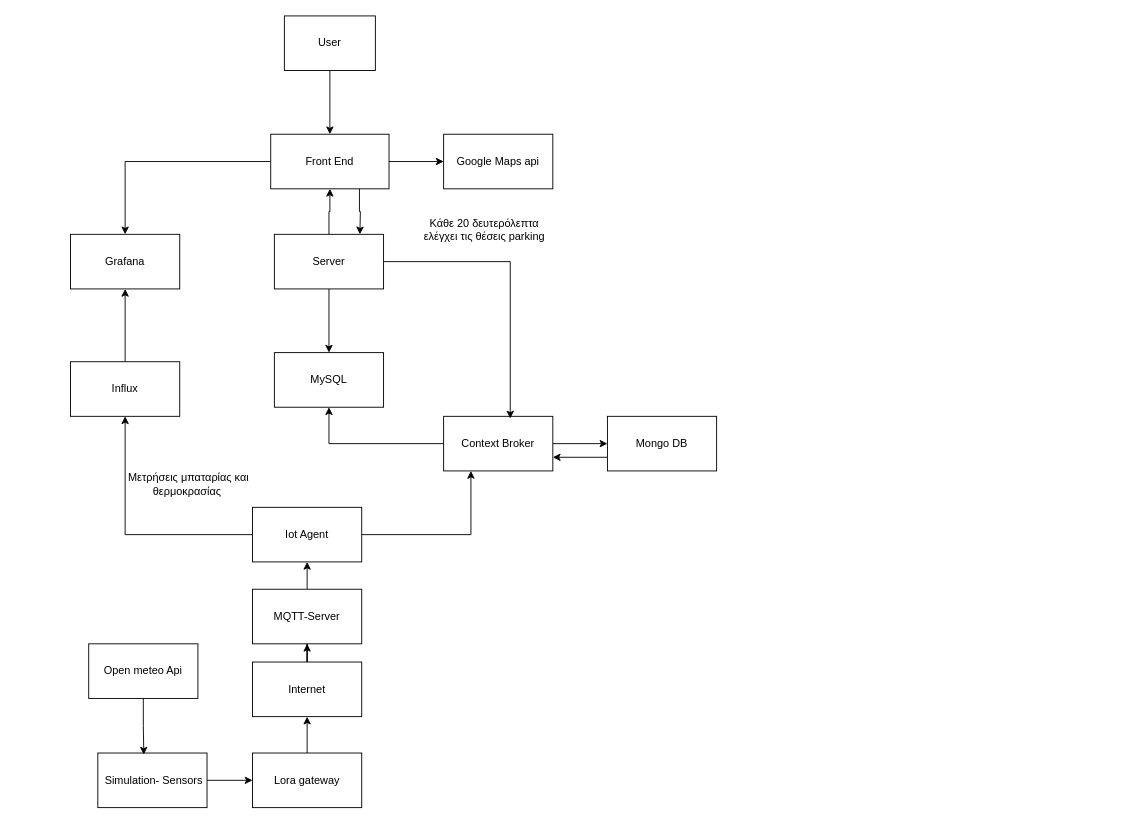
This is Presentations/Architecture/architecture2.drawio from StavropoulosK/Internet-of-Things--Smart-City-Parking--Mqtt--Websockets--Grafana--Influxdb, a draw.io file, before an edit. Source tidied: cells renumbered, new cells numbered last; positions are measured from the earlier drawing's top-left corner, leaving out a move shared by most shapes. Both pictures are drawn from the tidied source at 91%, with x=0, y=0 at pixel (70, 15).
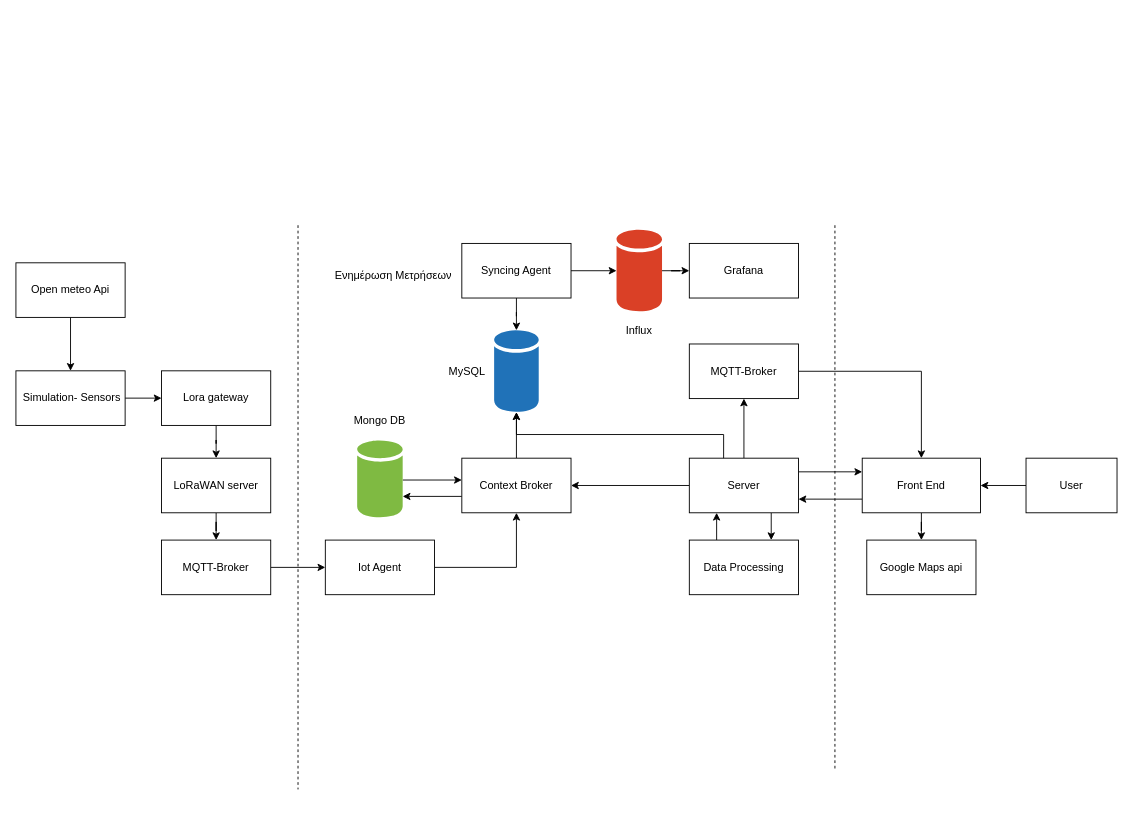
Above is the later version.

Change to the diagram source:
```diff
@@
-    <mxCell id="2" style="edgeStyle=orthogonalEdgeStyle;rounded=0;jettySize=auto;html=1;entryX=0.25;entryY=1;entryDx=0;entryDy=0;exitX=1;exitY=0.5;exitDx=0;exitDy=0;" parent="1" edge="1" source="23" target="11">
-      <mxGeometry relative="1" as="geometry" />
-    </mxCell>
-    <mxCell id="3" style="edgeStyle=orthogonalEdgeStyle;rounded=0;jettySize=auto;html=1;exitX=0;exitY=0.5;exitDx=0;exitDy=0;" parent="1" edge="1" source="23" target="7">
-      <mxGeometry relative="1" as="geometry" />
-    </mxCell>
-    <mxCell id="4" style="edgeStyle=orthogonalEdgeStyle;rounded=0;jettySize=auto;html=1;exitX=0.5;exitY=0;exitDx=0;exitDy=0;entryX=0.5;entryY=1;entryDx=0;entryDy=0;" parent="1" edge="1" source="5" target="23">
+    <mxCell id="4" style="edgeStyle=orthogonalEdgeStyle;rounded=0;jettySize=auto;html=1;" parent="1" edge="1" source="5" target="23">
       <mxGeometry relative="1" as="geometry" />
     </mxCell>
-    <mxCell id="5" value="MQTT-Server" style="rounded=0;whiteSpace=wrap;html=1;" parent="1" vertex="1">
-      <mxGeometry x="200" y="630" width="120" height="60" as="geometry" />
+    <mxCell id="5" value="MQTT-Broker" style="rounded=0;whiteSpace=wrap;html=1;" parent="1" vertex="1">
+      <mxGeometry x="100" y="576" width="120" height="60" as="geometry" />
     </mxCell>
-    <mxCell id="6" style="edgeStyle=orthogonalEdgeStyle;rounded=0;jettySize=auto;html=1;exitX=0.5;exitY=0;exitDx=0;exitDy=0;" parent="1" edge="1" source="7" target="8">
-      <mxGeometry relative="1" as="geometry" />
-    </mxCell>
-    <mxCell id="7" value="Influx" style="rounded=0;whiteSpace=wrap;html=1;" parent="1" vertex="1">
-      <mxGeometry y="380" width="120" height="60" as="geometry" />
-    </mxCell>
     <mxCell id="8" value="Grafana" style="rounded=0;whiteSpace=wrap;html=1;" parent="1" vertex="1">
-      <mxGeometry y="240" width="120" height="60" as="geometry" />
+      <mxGeometry x="680" y="250" width="120" height="60" as="geometry" />
     </mxCell>
-    <mxCell id="9" style="edgeStyle=orthogonalEdgeStyle;rounded=0;jettySize=auto;html=1;exitX=0;exitY=0.5;exitDx=0;exitDy=0;entryX=0.5;entryY=1;entryDx=0;entryDy=0;" parent="1" edge="1" source="11" target="15">
-      <mxGeometry relative="1" as="geometry" />
-    </mxCell>
-    <mxCell id="10" style="edgeStyle=orthogonalEdgeStyle;rounded=0;jettySize=auto;html=1;exitX=1;exitY=0.5;exitDx=0;exitDy=0;entryX=0;entryY=0.5;entryDx=0;entryDy=0;" parent="1" edge="1" source="11" target="25">
-      <mxGeometry relative="1" as="geometry" />
-    </mxCell>
+    <mxCell id="37" style="edgeStyle=orthogonalEdgeStyle;rounded=0;orthogonalLoop=1;jettySize=auto;html=1;" parent="1" edge="1">
+      <mxGeometry relative="1" as="geometry">
+        <mxPoint x="430" y="528" as="sourcePoint" />
+        <mxPoint x="365" y="528" as="targetPoint" />
+      </mxGeometry>
+    </mxCell>
+    <mxCell id="38" style="edgeStyle=orthogonalEdgeStyle;rounded=0;jettySize=auto;html=1;" parent="1" edge="1" source="11" target="55">
+      <mxGeometry relative="1" as="geometry" />
+    </mxCell>
     <mxCell id="11" value="Context Broker" style="rounded=0;whiteSpace=wrap;html=1;" parent="1" vertex="1">
-      <mxGeometry x="410" y="440" width="120" height="60" as="geometry" />
+      <mxGeometry x="430" y="486" width="120" height="60" as="geometry" />
     </mxCell>
-    <mxCell id="12" style="edgeStyle=orthogonalEdgeStyle;rounded=0;jettySize=auto;html=1;exitX=0.5;exitY=1;exitDx=0;exitDy=0;entryX=0.5;entryY=0;entryDx=0;entryDy=0;" parent="1" edge="1" source="14" target="15">
-      <mxGeometry relative="1" as="geometry" />
-    </mxCell>
+    <mxCell id="36" style="edgeStyle=orthogonalEdgeStyle;rounded=0;jettySize=auto;html=1;" parent="1" edge="1" source="14" target="11">
+      <mxGeometry relative="1" as="geometry" />
+    </mxCell>
+    <mxCell id="39" style="edgeStyle=orthogonalEdgeStyle;rounded=0;jettySize=auto;html=1;exitX=0.314;exitY=0.026;exitDx=0;exitDy=0;exitPerimeter=0;" parent="1" edge="1" source="14" target="55">
+      <mxGeometry relative="1" as="geometry">
+        <Array as="points">
+          <mxPoint x="718" y="460" />
+          <mxPoint x="490" y="460" />
+        </Array>
+      </mxGeometry>
+    </mxCell>
+    <mxCell id="40" style="edgeStyle=orthogonalEdgeStyle;rounded=0;jettySize=auto;html=1;exitX=0.75;exitY=1;exitDx=0;exitDy=0;entryX=0.75;entryY=0;entryDx=0;entryDy=0;" parent="1" edge="1" source="14" target="48">
+      <mxGeometry relative="1" as="geometry" />
+    </mxCell>
+    <mxCell id="41" style="edgeStyle=orthogonalEdgeStyle;rounded=0;jettySize=auto;html=1;exitX=0.5;exitY=0;exitDx=0;exitDy=0;" parent="1" edge="1" source="14">
+      <mxGeometry relative="1" as="geometry">
+        <mxPoint x="740" y="485.9" as="targetPoint" />
+      </mxGeometry>
+    </mxCell>
+    <mxCell id="42" style="edgeStyle=orthogonalEdgeStyle;rounded=0;jettySize=auto;html=1;" parent="1" edge="1" source="14" target="50">
+      <mxGeometry relative="1" as="geometry" />
+    </mxCell>
-    <mxCell id="13" style="edgeStyle=orthogonalEdgeStyle;rounded=0;jettySize=auto;html=1;exitX=0.5;exitY=0;exitDx=0;exitDy=0;entryX=0.5;entryY=1;entryDx=0;entryDy=0;" parent="1" edge="1" source="14" target="18">
+    <mxCell id="13" style="edgeStyle=orthogonalEdgeStyle;rounded=0;jettySize=auto;html=1;exitX=1;exitY=0.25;exitDx=0;exitDy=0;entryX=0;entryY=0.25;entryDx=0;entryDy=0;" parent="1" edge="1" source="14" target="18">
       <mxGeometry relative="1" as="geometry" />
     </mxCell>
     <mxCell id="14" value="Server" style="rounded=0;whiteSpace=wrap;html=1;" parent="1" vertex="1">
-      <mxGeometry x="224" y="240" width="120" height="60" as="geometry" />
+      <mxGeometry x="680" y="486" width="120" height="60" as="geometry" />
     </mxCell>
-    <mxCell id="15" value="MySQL" style="rounded=0;whiteSpace=wrap;html=1;" parent="1" vertex="1">
-      <mxGeometry x="224" y="370" width="120" height="60" as="geometry" />
-    </mxCell>
-    <mxCell id="16" style="edgeStyle=orthogonalEdgeStyle;rounded=0;jettySize=auto;html=1;exitX=1;exitY=0.5;exitDx=0;exitDy=0;entryX=0;entryY=0.5;entryDx=0;entryDy=0;" parent="1" edge="1" source="18" target="26">
+    <mxCell id="16" style="edgeStyle=orthogonalEdgeStyle;rounded=0;jettySize=auto;html=1;" parent="1" edge="1" source="18" target="26">
       <mxGeometry relative="1" as="geometry" />
     </mxCell>
-    <mxCell id="17" style="edgeStyle=orthogonalEdgeStyle;rounded=0;jettySize=auto;html=1;exitX=0;exitY=0.5;exitDx=0;exitDy=0;entryX=0.5;entryY=0;entryDx=0;entryDy=0;" parent="1" edge="1" source="18" target="8">
-      <mxGeometry relative="1" as="geometry" />
-    </mxCell>
+    <mxCell id="43" style="edgeStyle=orthogonalEdgeStyle;rounded=0;jettySize=auto;html=1;exitX=0;exitY=0.75;exitDx=0;exitDy=0;entryX=1;entryY=0.75;entryDx=0;entryDy=0;" parent="1" edge="1" source="18" target="14">
+      <mxGeometry relative="1" as="geometry" />
+    </mxCell>
     <mxCell id="18" value="Front End" style="rounded=0;whiteSpace=wrap;html=1;" parent="1" vertex="1">
-      <mxGeometry x="220" y="130" width="130" height="60" as="geometry" />
+      <mxGeometry x="870" y="486" width="130" height="60" as="geometry" />
     </mxCell>
-    <mxCell id="19" value="Κάθε 20 δευτερόλεπτα ελέγχει τις θέσεις parking" style="text;html=1;align=center;verticalAlign=middle;whiteSpace=wrap;rounded=0;" parent="1" vertex="1">
-      <mxGeometry x="380" y="220" width="150" height="30" as="geometry" />
-    </mxCell>
-    <mxCell id="20" value="Μετρήσεις μπαταρίας και θερμοκρασίας&amp;nbsp;" style="text;html=1;align=center;verticalAlign=middle;whiteSpace=wrap;rounded=0;" parent="1" vertex="1">
-      <mxGeometry x="60" y="500" width="140" height="30" as="geometry" />
+    <mxCell id="20" value="&lt;div&gt;Ενημέρωση Μετρήσεων&lt;/div&gt;" style="text;html=1;align=center;verticalAlign=middle;whiteSpace=wrap;rounded=0;" parent="1" vertex="1">
+      <mxGeometry x="270" y="271.2" width="170" height="30" as="geometry" />
     </mxCell>
-    <mxCell id="21" style="edgeStyle=orthogonalEdgeStyle;rounded=0;jettySize=auto;html=1;exitX=1;exitY=0.5;exitDx=0;exitDy=0;entryX=0;entryY=0.5;entryDx=0;entryDy=0;" parent="1" edge="1" source="22" target="29">
+    <mxCell id="21" style="edgeStyle=orthogonalEdgeStyle;rounded=0;jettySize=auto;html=1;" parent="1" edge="1" source="22" target="29">
       <mxGeometry relative="1" as="geometry" />
     </mxCell>
     <mxCell id="22" value="&amp;nbsp;Simulation- Sensors" style="rounded=0;whiteSpace=wrap;html=1;" parent="1" vertex="1">
-      <mxGeometry x="30" y="810" width="120" height="60" as="geometry" />
+      <mxGeometry x="-60" y="390" width="120" height="60" as="geometry" />
     </mxCell>
+    <mxCell id="2" style="edgeStyle=orthogonalEdgeStyle;rounded=0;jettySize=auto;html=1;exitX=1;exitY=0.5;exitDx=0;exitDy=0;entryX=0.5;entryY=1;entryDx=0;entryDy=0;" parent="1" edge="1" source="23" target="11">
+      <mxGeometry relative="1" as="geometry" />
+    </mxCell>
     <mxCell id="23" value="Iot Agent" style="rounded=0;whiteSpace=wrap;html=1;" parent="1" vertex="1">
-      <mxGeometry x="200" y="540" width="120" height="60" as="geometry" />
+      <mxGeometry x="280" y="576" width="120" height="60" as="geometry" />
     </mxCell>
-    <mxCell id="24" style="edgeStyle=orthogonalEdgeStyle;rounded=0;jettySize=auto;html=1;exitX=0;exitY=0.75;exitDx=0;exitDy=0;entryX=1;entryY=0.75;entryDx=0;entryDy=0;" parent="1" edge="1" source="25" target="11">
-      <mxGeometry relative="1" as="geometry" />
-    </mxCell>
-    <mxCell id="25" value="Mongo DB" style="rounded=0;whiteSpace=wrap;html=1;" parent="1" vertex="1">
-      <mxGeometry x="590" y="440" width="120" height="60" as="geometry" />
-    </mxCell>
     <mxCell id="26" value="Google Maps api" style="rounded=0;whiteSpace=wrap;html=1;" parent="1" vertex="1">
-      <mxGeometry x="410" y="130" width="120" height="60" as="geometry" />
+      <mxGeometry x="875" y="576" width="120" height="60" as="geometry" />
     </mxCell>
+    <mxCell id="30" style="edgeStyle=orthogonalEdgeStyle;rounded=0;jettySize=auto;html=1;" parent="1" edge="1" source="27" target="22">
+      <mxGeometry relative="1" as="geometry" />
+    </mxCell>
     <mxCell id="27" value="Open meteo Api" style="rounded=0;whiteSpace=wrap;html=1;" parent="1" vertex="1">
-      <mxGeometry x="20" y="690" width="120" height="60" as="geometry" />
+      <mxGeometry x="-60" y="271.3" width="120" height="60" as="geometry" />
     </mxCell>
-    <mxCell id="28" style="edgeStyle=orthogonalEdgeStyle;rounded=0;jettySize=auto;html=1;exitX=0.5;exitY=0;exitDx=0;exitDy=0;entryX=0.5;entryY=1;entryDx=0;entryDy=0;" parent="1" edge="1" source="29" target="32">
+    <mxCell id="28" style="edgeStyle=orthogonalEdgeStyle;rounded=0;jettySize=auto;html=1;" parent="1" edge="1" source="29" target="32">
       <mxGeometry relative="1" as="geometry" />
     </mxCell>
     <mxCell id="29" value="Lora gateway" style="rounded=0;whiteSpace=wrap;html=1;" parent="1" vertex="1">
-      <mxGeometry x="200" y="810" width="120" height="60" as="geometry" />
+      <mxGeometry x="100" y="390" width="120" height="60" as="geometry" />
     </mxCell>
-    <mxCell id="30" style="edgeStyle=orthogonalEdgeStyle;rounded=0;jettySize=auto;html=1;exitX=0.5;exitY=1;exitDx=0;exitDy=0;entryX=0.421;entryY=0.029;entryDx=0;entryDy=0;entryPerimeter=0;" parent="1" edge="1" source="27" target="22">
-      <mxGeometry relative="1" as="geometry" />
-    </mxCell>
-    <mxCell id="31" style="edgeStyle=orthogonalEdgeStyle;rounded=0;jettySize=auto;html=1;exitX=0.5;exitY=0;exitDx=0;exitDy=0;" parent="1" edge="1" source="32" target="5">
+    <mxCell id="31" style="edgeStyle=orthogonalEdgeStyle;rounded=0;jettySize=auto;html=1;" parent="1" edge="1" source="32" target="5">
       <mxGeometry relative="1" as="geometry" />
     </mxCell>
-    <mxCell id="32" value="Internet" style="rounded=0;whiteSpace=wrap;html=1;" parent="1" vertex="1">
-      <mxGeometry x="200" y="710" width="120" height="60" as="geometry" />
+    <mxCell id="32" value="LoRaWAN server" style="rounded=0;whiteSpace=wrap;html=1;" parent="1" vertex="1">
+      <mxGeometry x="100" y="486" width="120" height="60" as="geometry" />
     </mxCell>
@@
     <mxCell id="34" value="User" style="rounded=0;whiteSpace=wrap;html=1;" parent="1" vertex="1">
-      <mxGeometry x="235" width="100" height="60" as="geometry" />
+      <mxGeometry x="1050" y="486" width="100" height="60" as="geometry" />
     </mxCell>
-    <mxCell id="35" style="edgeStyle=orthogonalEdgeStyle;rounded=0;jettySize=auto;html=1;exitX=0.75;exitY=1;exitDx=0;exitDy=0;" parent="1" edge="1" source="18">
-      <mxGeometry relative="1" as="geometry">
-        <mxPoint x="318" y="240" as="targetPoint" />
-      </mxGeometry>
-    </mxCell>
-    <mxCell id="36" style="edgeStyle=orthogonalEdgeStyle;rounded=0;jettySize=auto;html=1;exitX=1;exitY=0.5;exitDx=0;exitDy=0;entryX=0.61;entryY=0.04;entryDx=0;entryDy=0;entryPerimeter=0;" parent="1" edge="1" source="14" target="11">
-      <mxGeometry relative="1" as="geometry" />
-    </mxCell>
+    <mxCell id="44" style="edgeStyle=orthogonalEdgeStyle;rounded=0;jettySize=auto;html=1;" parent="1" edge="1" source="46" target="54">
+      <mxGeometry relative="1" as="geometry" />
+    </mxCell>
+    <mxCell id="45" style="edgeStyle=orthogonalEdgeStyle;rounded=0;jettySize=auto;html=1;exitX=0.5;exitY=1;exitDx=0;exitDy=0;" parent="1" edge="1" source="46" target="55">
+      <mxGeometry relative="1" as="geometry" />
+    </mxCell>
+    <mxCell id="46" value="Syncing Agent" style="rounded=0;whiteSpace=wrap;html=1;" parent="1" vertex="1">
+      <mxGeometry x="430" y="250" width="120" height="60" as="geometry" />
+    </mxCell>
+    <mxCell id="47" style="edgeStyle=orthogonalEdgeStyle;rounded=0;jettySize=auto;html=1;exitX=0.25;exitY=0;exitDx=0;exitDy=0;entryX=0.25;entryY=1;entryDx=0;entryDy=0;" parent="1" edge="1" source="48" target="14">
+      <mxGeometry relative="1" as="geometry" />
+    </mxCell>
+    <mxCell id="48" value="Data Processing" style="rounded=0;whiteSpace=wrap;html=1;" parent="1" vertex="1">
+      <mxGeometry x="680" y="576" width="120" height="60" as="geometry" />
+    </mxCell>
+    <mxCell id="49" style="edgeStyle=orthogonalEdgeStyle;rounded=0;jettySize=auto;html=1;exitX=1;exitY=0.5;exitDx=0;exitDy=0;entryX=0.5;entryY=0;entryDx=0;entryDy=0;" parent="1" edge="1" source="50" target="18">
+      <mxGeometry relative="1" as="geometry" />
+    </mxCell>
+    <mxCell id="50" value="MQTT-Broker" style="rounded=0;whiteSpace=wrap;html=1;" parent="1" vertex="1">
+      <mxGeometry x="680" y="360.5" width="120" height="60" as="geometry" />
+    </mxCell>
+    <mxCell id="51" style="edgeStyle=orthogonalEdgeStyle;rounded=0;orthogonalLoop=1;jettySize=auto;html=1;" parent="1" edge="1">
+      <mxGeometry relative="1" as="geometry">
+        <mxPoint x="365" y="510" as="sourcePoint" />
+        <mxPoint x="430" y="510" as="targetPoint" />
+      </mxGeometry>
+    </mxCell>
+    <mxCell id="52" style="sketch=0;shadow=0;dashed=0;html=1;strokeColor=none;labelPosition=center;verticalLabelPosition=bottom;verticalAlign=top;align=center;shape=mxgraph.office.databases.database;fillColor=#7FBA42;" parent="1" vertex="1">
+      <mxGeometry x="315" y="466.5" width="50" height="85" as="geometry" />
+    </mxCell>
+    <mxCell id="25" value="Mongo DB" style="text;html=1;align=center;verticalAlign=middle;whiteSpace=wrap;rounded=0;" parent="1" vertex="1">
+      <mxGeometry x="310" y="430" width="60" height="30" as="geometry" />
+    </mxCell>
+    <mxCell id="53" style="edgeStyle=orthogonalEdgeStyle;rounded=0;jettySize=auto;html=1;" parent="1" edge="1" source="54" target="8">
+      <mxGeometry relative="1" as="geometry" />
+    </mxCell>
+    <mxCell id="54" style="sketch=0;shadow=0;dashed=0;html=1;strokeColor=none;labelPosition=center;verticalLabelPosition=bottom;verticalAlign=top;outlineConnect=0;align=center;shape=mxgraph.office.databases.database;fillColor=#DA4026;" parent="1" vertex="1">
+      <mxGeometry x="600" y="235" width="50" height="90" as="geometry" />
+    </mxCell>
+    <mxCell id="7" value="Influx" style="text;html=1;align=center;verticalAlign=middle;whiteSpace=wrap;rounded=0;" parent="1" vertex="1">
+      <mxGeometry x="595" y="331" width="60" height="30" as="geometry" />
+    </mxCell>
+    <mxCell id="55" style="sketch=0;shadow=0;dashed=0;html=1;strokeColor=none;labelPosition=center;verticalLabelPosition=bottom;verticalAlign=top;outlineConnect=0;align=center;shape=mxgraph.office.databases.database;fillColor=#2072B8;" parent="1" vertex="1">
+      <mxGeometry x="465.5" y="345.5" width="49" height="90" as="geometry" />
+    </mxCell>
+    <mxCell id="15" value="MySQL" style="text;html=1;align=center;verticalAlign=middle;whiteSpace=wrap;rounded=0;" parent="1" vertex="1">
+      <mxGeometry x="405.5" y="375.5" width="60" height="30" as="geometry" />
+    </mxCell>
+    <mxCell id="56" style="endArrow=none;dashed=1;html=1;rounded=0;" parent="1" edge="1">
+      <mxGeometry relative="1" as="geometry">
+        <mxPoint x="250" y="230" as="sourcePoint" />
+        <mxPoint x="250" y="850" as="targetPoint" />
+      </mxGeometry>
+    </mxCell>
+    <mxCell id="57" style="endArrow=none;dashed=1;html=1;rounded=0;" parent="1" edge="1">
+      <mxGeometry relative="1" as="geometry">
+        <mxPoint x="840" y="230" as="sourcePoint" />
+        <mxPoint x="840" y="830" as="targetPoint" />
+      </mxGeometry>
+    </mxCell>
```
